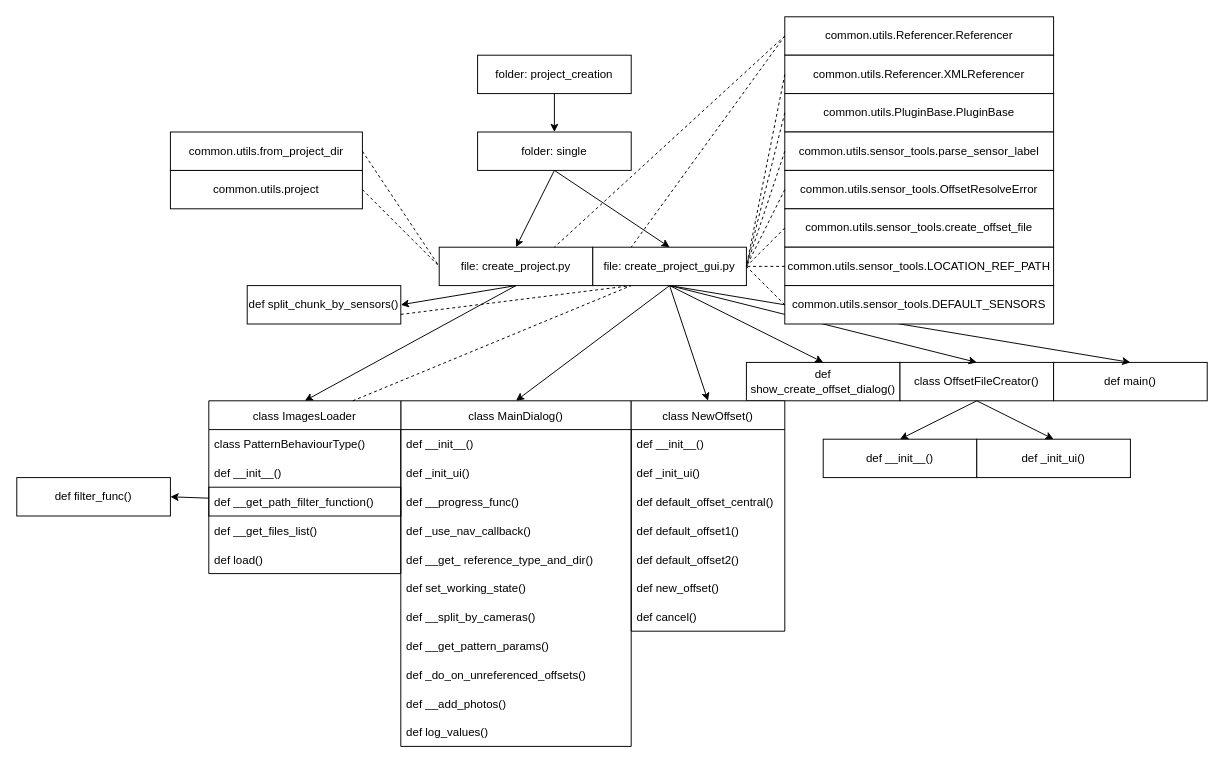
Earlier version of the draw.io diagram CreateProjectFromDir.drawio (go-enov/diagrams). Source tidied: cells renumbered, new cells numbered last; positions are measured from the earlier drawing's top-left corner, leaving out a move shared by most shapes. Both pictures are drawn from the tidied source at 96%, with x=0, y=0 at pixel (16, 16).
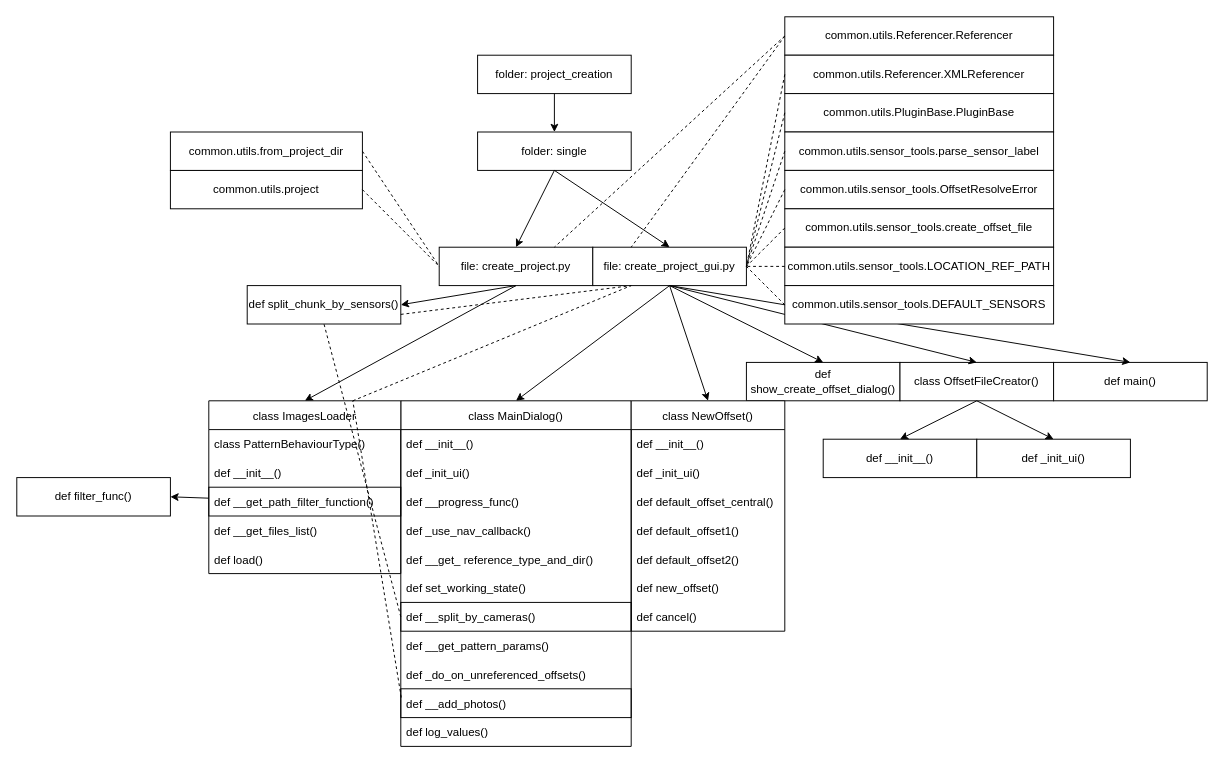
Above is the later version.

Unchanged cells that the change refers to:
```xml
<mxCell id="10" value="def split_chunk_by_sensors()" style="rounded=0;whiteSpace=wrap;html=1;" parent="1" vertex="1">
  <mxGeometry x="240" y="280" width="160" height="40" as="geometry" />
</mxCell>
<mxCell id="26" value="class MainDialog()" style="swimlane;fontStyle=0;horizontal=1;startSize=30;" parent="1" vertex="1">
  <mxGeometry x="400" y="400" width="240" height="360" as="geometry" />
</mxCell>
<mxCell id="46" value="class ImagesLoader" style="swimlane;fontStyle=0;horizontal=1;startSize=30;" parent="1" vertex="1">
  <mxGeometry x="200" y="400" width="200" height="180" as="geometry" />
</mxCell>
```

Diff of the diagram source:
```diff
@@
-    <mxCell id="33" value="def __split_by_cameras()" style="text;strokeColor=none;fillColor=none;align=left;verticalAlign=middle;spacingLeft=4;spacingRight=4;overflow=hidden;points=[[0,0.5],[1,0.5]];portConstraint=eastwest;" parent="26" vertex="1">
+    <mxCell id="33" value="def __split_by_cameras()" style="text;strokeColor=default;fillColor=none;align=left;verticalAlign=middle;spacingLeft=4;spacingRight=4;overflow=hidden;points=[[0,0.5],[1,0.5]];portConstraint=eastwest;" parent="26" vertex="1">
       <mxGeometry y="210" width="240" height="30" as="geometry" />
     </mxCell>
@@
-    <mxCell id="36" value="def __add_photos()" style="text;strokeColor=none;fillColor=none;align=left;verticalAlign=middle;spacingLeft=4;spacingRight=4;overflow=hidden;points=[[0,0.5],[1,0.5]];portConstraint=eastwest;" parent="26" vertex="1">
+    <mxCell id="36" value="def __add_photos()" style="text;strokeColor=default;fillColor=none;align=left;verticalAlign=middle;spacingLeft=4;spacingRight=4;overflow=hidden;points=[[0,0.5],[1,0.5]];portConstraint=eastwest;" parent="26" vertex="1">
       <mxGeometry y="300" width="240" height="30" as="geometry" />
     </mxCell>
@@
+    <mxCell id="75" style="endArrow=none;dashed=1;html=1;rounded=0;exitX=0.002;exitY=0.301;exitDx=0;exitDy=0;exitPerimeter=0;entryX=0.75;entryY=0;entryDx=0;entryDy=0;" parent="1" edge="1" source="36" target="46">
+      <mxGeometry relative="1" as="geometry" />
+    </mxCell>
+    <mxCell id="76" style="endArrow=none;dashed=1;html=1;rounded=0;entryX=0.5;entryY=1;entryDx=0;entryDy=0;exitX=0;exitY=0.5;exitDx=0;exitDy=0;" parent="1" edge="1" source="33" target="10">
+      <mxGeometry relative="1" as="geometry" />
+    </mxCell>
```
